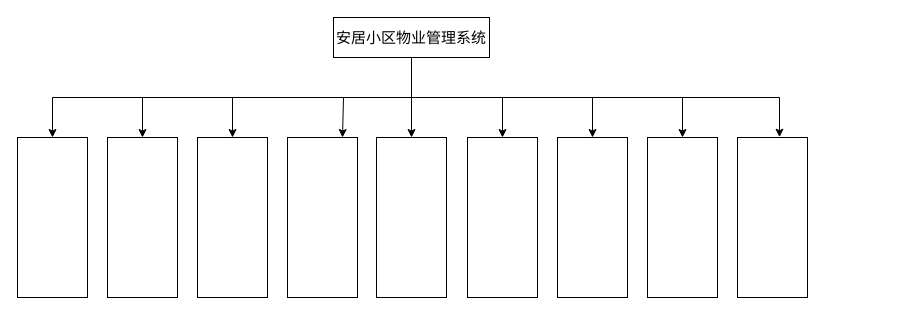
This is page "第 3 页" (3 of 3) of projectfiles/uml/安居小区物业管理系统.drawio from KuChanMaster/PropertiesManager, a draw.io file, before an edit. Source tidied: cells renumbered, new cells numbered last; positions are measured from the earlier drawing's top-left corner, leaving out a move shared by most shapes. Both pictures are drawn from the tidied source at 100%, with x=0, y=0 at pixel (17, 17).
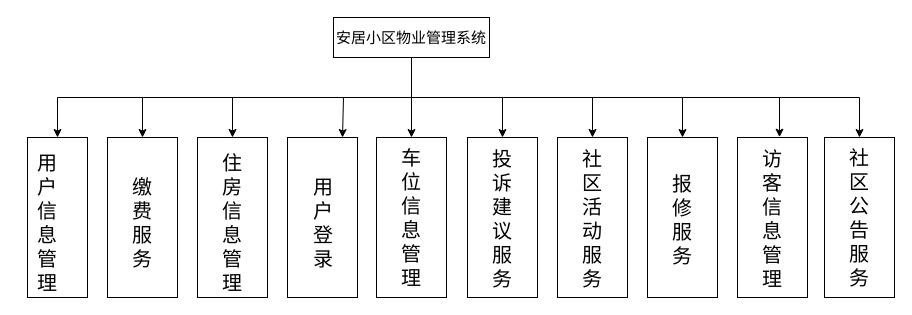
After the change.

Unchanged cells that the change refers to:
```xml
<mxCell id="10" value="&lt;font style=&quot;font-size: 15px;&quot;&gt;安居小区物业管理系统&lt;/font&gt;" style="rounded=0;whiteSpace=wrap;html=1;" parent="1" vertex="1">
  <mxGeometry x="316" width="156" height="40" as="geometry" />
</mxCell>
```

Diff of the diagram source:
```diff
@@
+    <mxCell id="21" style="edgeStyle=orthogonalEdgeStyle;rounded=0;jettySize=auto;html=1;exitX=0.5;exitY=1;exitDx=0;exitDy=0;entryX=0.5;entryY=0;entryDx=0;entryDy=0;" parent="1" edge="1" source="10" target="31">
+      <mxGeometry relative="1" as="geometry" />
+    </mxCell>
@@
-    <mxCell id="11" style="rounded=0;whiteSpace=wrap;html=1;" parent="1" vertex="1">
-      <mxGeometry y="120" width="70" height="160" as="geometry" />
+    <mxCell id="11" style="rounded=0;whiteSpace=wrap;html=1;align=left;" parent="1" vertex="1">
+      <mxGeometry x="10" y="120" width="60" height="160" as="geometry" />
     </mxCell>
@@
+    <mxCell id="22" value="&lt;font style=&quot;font-size: 20px;&quot;&gt;用户信息管理&lt;/font&gt;" style="text;html=1;align=center;verticalAlign=middle;whiteSpace=wrap;rounded=0;" parent="1" vertex="1">
+      <mxGeometry x="20" y="140" width="20" height="130" as="geometry" />
+    </mxCell>
+    <mxCell id="23" value="&lt;font style=&quot;font-size: 20px;&quot;&gt;缴费服务&lt;/font&gt;" style="text;html=1;align=center;verticalAlign=middle;whiteSpace=wrap;rounded=0;" parent="1" vertex="1">
+      <mxGeometry x="115" y="140" width="20" height="130" as="geometry" />
+    </mxCell>
+    <mxCell id="24" value="&lt;span style=&quot;font-size: 20px;&quot;&gt;住&lt;/span&gt;&lt;span style=&quot;font-size: 20px;&quot;&gt;房信息管理&lt;/span&gt;" style="text;html=1;align=center;verticalAlign=middle;whiteSpace=wrap;rounded=0;" parent="1" vertex="1">
+      <mxGeometry x="205" y="140" width="20" height="130" as="geometry" />
+    </mxCell>
+    <mxCell id="25" value="&lt;span style=&quot;font-size: 20px;&quot;&gt;用户登录&lt;/span&gt;" style="text;html=1;align=center;verticalAlign=middle;whiteSpace=wrap;rounded=0;" parent="1" vertex="1">
+      <mxGeometry x="296" y="140" width="20" height="130" as="geometry" />
+    </mxCell>
+    <mxCell id="26" value="&lt;div style=&quot;text-align: center;&quot;&gt;&lt;span style=&quot;background-color: transparent; text-align: start; font-size: 20px;&quot;&gt;&lt;font style=&quot;color: rgb(0, 0, 0);&quot;&gt;车位&lt;/font&gt;&lt;/span&gt;&lt;span style=&quot;background-color: transparent; color: light-dark(rgb(0, 0, 0), rgb(255, 255, 255)); font-size: 20px;&quot;&gt;信息管理&lt;/span&gt;&lt;/div&gt;" style="text;html=1;align=center;verticalAlign=middle;whiteSpace=wrap;rounded=0;" parent="1" vertex="1">
+      <mxGeometry x="384" y="135" width="20" height="130" as="geometry" />
+    </mxCell>
+    <mxCell id="27" value="&lt;font style=&quot;font-size: 20px;&quot;&gt;社区活动服务&lt;/font&gt;" style="text;html=1;align=center;verticalAlign=middle;whiteSpace=wrap;rounded=0;" parent="1" vertex="1">
+      <mxGeometry x="565" y="136" width="20" height="130" as="geometry" />
+    </mxCell>
+    <mxCell id="28" value="&lt;font style=&quot;font-size: 20px;&quot;&gt;投诉建议服务&lt;/font&gt;" style="text;html=1;align=center;verticalAlign=middle;whiteSpace=wrap;rounded=0;" parent="1" vertex="1">
+      <mxGeometry x="475" y="136" width="20" height="130" as="geometry" />
+    </mxCell>
+    <mxCell id="29" value="&lt;font style=&quot;font-size: 20px;&quot;&gt;报修服务&lt;/font&gt;" style="text;html=1;align=center;verticalAlign=middle;whiteSpace=wrap;rounded=0;" parent="1" vertex="1">
+      <mxGeometry x="655" y="137" width="20" height="130" as="geometry" />
+    </mxCell>
+    <mxCell id="30" value="&lt;span style=&quot;font-size: 20px;&quot;&gt;访客信息管理&lt;/span&gt;" style="text;html=1;align=center;verticalAlign=middle;whiteSpace=wrap;rounded=0;" parent="1" vertex="1">
+      <mxGeometry x="745" y="136" width="20" height="130" as="geometry" />
+    </mxCell>
+    <mxCell id="31" value="&lt;font style=&quot;font-size: 20px;&quot;&gt;社&lt;/font&gt;&lt;div&gt;&lt;font style=&quot;font-size: 20px;&quot;&gt;区&lt;/font&gt;&lt;/div&gt;&lt;div&gt;&lt;font style=&quot;font-size: 20px;&quot;&gt;公&lt;/font&gt;&lt;/div&gt;&lt;div&gt;&lt;font style=&quot;font-size: 20px;&quot;&gt;告&lt;/font&gt;&lt;/div&gt;&lt;div&gt;&lt;font style=&quot;font-size: 20px;&quot;&gt;服&lt;/font&gt;&lt;/div&gt;&lt;div&gt;&lt;font style=&quot;font-size: 20px;&quot;&gt;务&lt;/font&gt;&lt;/div&gt;" style="rounded=0;whiteSpace=wrap;html=1;" parent="1" vertex="1">
+      <mxGeometry x="807" y="120" width="70" height="160" as="geometry" />
+    </mxCell>
```
